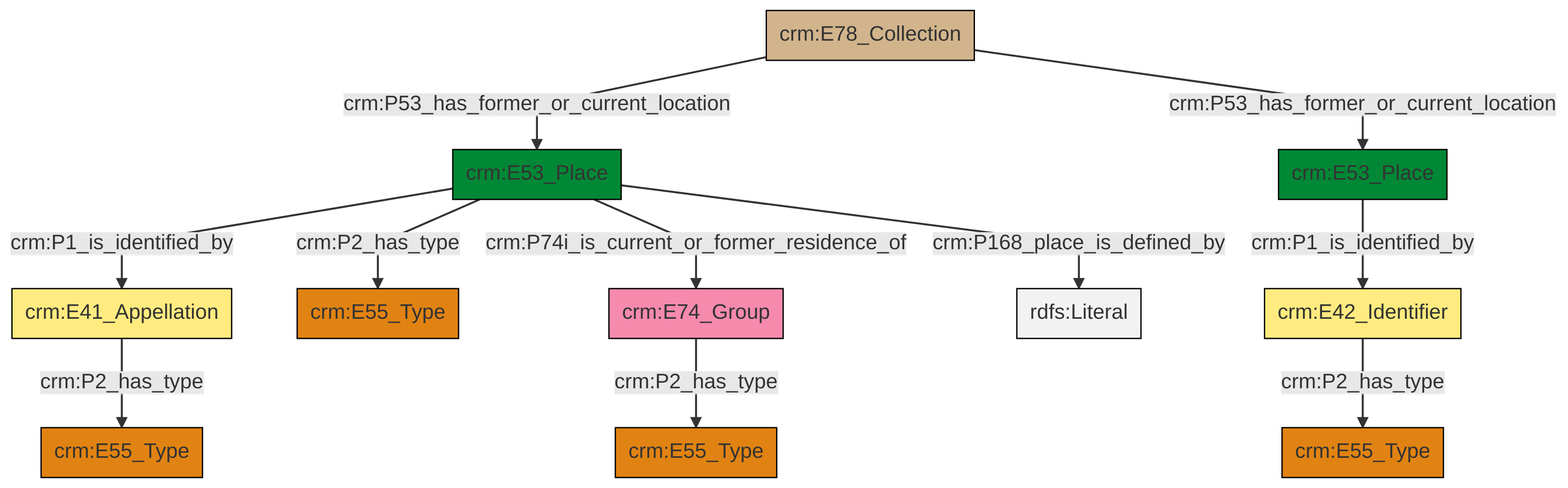
Before: et/archivalCSV/ttl/mmd/png/archival_location.png, a diagram exported from Mermaid (swiss-art-research-net/docs.swissartresearch). Its source is kept beside it as et/archivalCSV/ttl/mmd/archival_location.ttl.mmd.
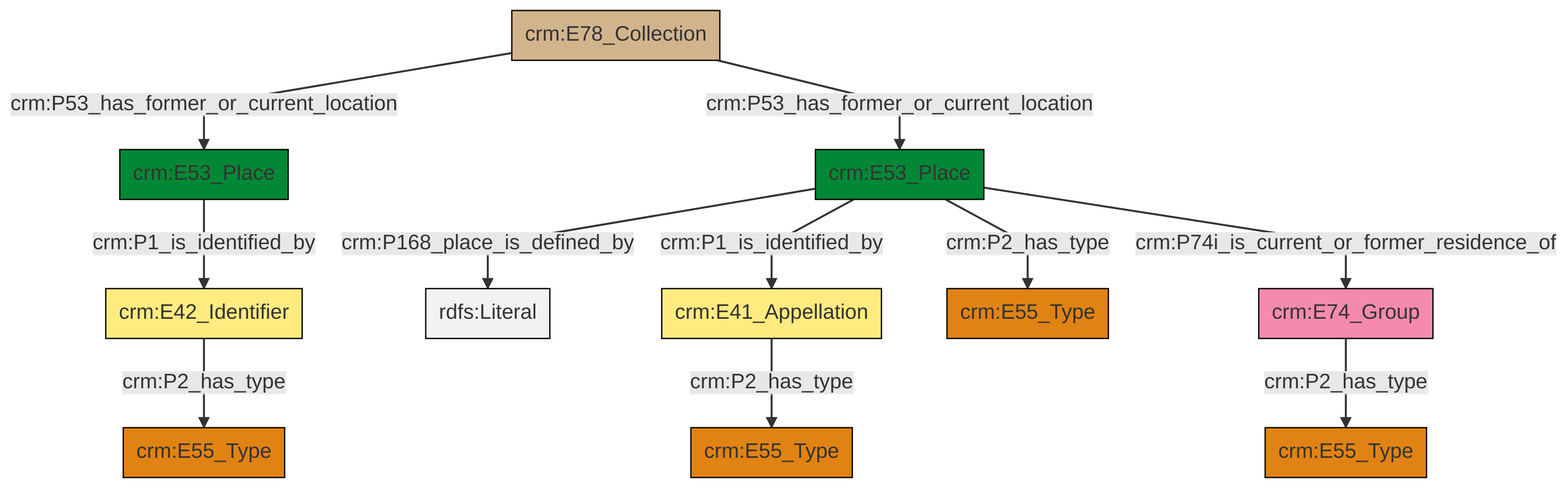
After the commit.

Diff of the diagram source:
```diff
@@ -13,13 +13,13 @@
 classDef PC_Classes fill:#4ce600, stroke:#000000;
 classDef Multi fill:#cccccc,stroke:#000000;
 
-0["crm:E53_Place"]:::Place -->|crm:P1_is_identified_by| 1["crm:E41_Appellation"]:::Appellation
-2["crm:E42_Identifier"]:::Appellation -->|crm:P2_has_type| 3["crm:E55_Type"]:::Type
-0["crm:E53_Place"]:::Place -->|crm:P2_has_type| 4["crm:E55_Type"]:::Type
-9["crm:E78_Collection"]:::Physical_Thing -->|crm:P53_has_former_or_current_location| 0["crm:E53_Place"]:::Place
-1["crm:E41_Appellation"]:::Appellation -->|crm:P2_has_type| 10["crm:E55_Type"]:::Type
-15["crm:E74_Group"]:::Actor -->|crm:P2_has_type| 5["crm:E55_Type"]:::Type
-0["crm:E53_Place"]:::Place -->|crm:P74i_is_current_or_former_residence_of| 15["crm:E74_Group"]:::Actor
-9["crm:E78_Collection"]:::Physical_Thing -->|crm:P53_has_former_or_current_location| 11["crm:E53_Place"]:::Place
-0["crm:E53_Place"]:::Place -->|crm:P168_place_is_defined_by| 21[rdfs:Literal]:::Literal
-11["crm:E53_Place"]:::Place -->|crm:P1_is_identified_by| 2["crm:E42_Identifier"]:::Appellation
+8["crm:E74_Group"]:::Actor -->|crm:P2_has_type| 6["crm:E55_Type"]:::Type
+4["crm:E42_Identifier"]:::Appellation -->|crm:P2_has_type| 0["crm:E55_Type"]:::Type
+12["crm:E53_Place"]:::Place -->|crm:P168_place_is_defined_by| 13[rdfs:Literal]:::Literal
+12["crm:E53_Place"]:::Place -->|crm:P1_is_identified_by| 10["crm:E41_Appellation"]:::Appellation
+12["crm:E53_Place"]:::Place -->|crm:P2_has_type| 2["crm:E55_Type"]:::Type
+15["crm:E53_Place"]:::Place -->|crm:P1_is_identified_by| 4["crm:E42_Identifier"]:::Appellation
+19["crm:E78_Collection"]:::Physical_Thing -->|crm:P53_has_former_or_current_location| 15["crm:E53_Place"]:::Place
+19["crm:E78_Collection"]:::Physical_Thing -->|crm:P53_has_former_or_current_location| 12["crm:E53_Place"]:::Place
+12["crm:E53_Place"]:::Place -->|crm:P74i_is_current_or_former_residence_of| 8["crm:E74_Group"]:::Actor
+10["crm:E41_Appellation"]:::Appellation -->|crm:P2_has_type| 16["crm:E55_Type"]:::Type
```
